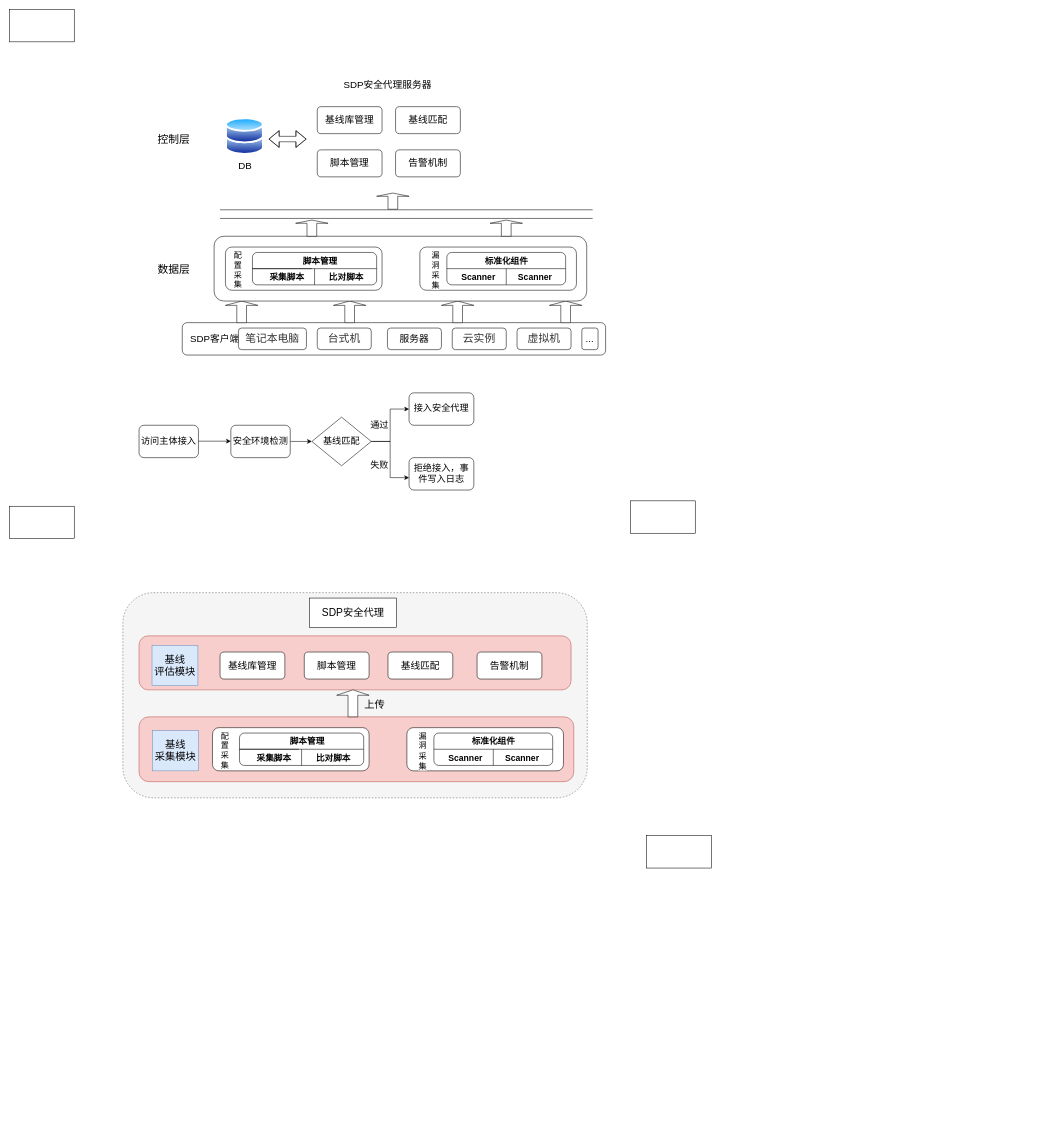
Above: testDirectory/安全基线.drawio in Moose1273/- (draw.io), before the change. Source tidied: cells renumbered, new cells numbered last; positions are measured from the earlier drawing's top-left corner, leaving out a move shared by most shapes. Both pictures are drawn from the tidied source at 54%, with x=0, y=0 at pixel (9, 9).
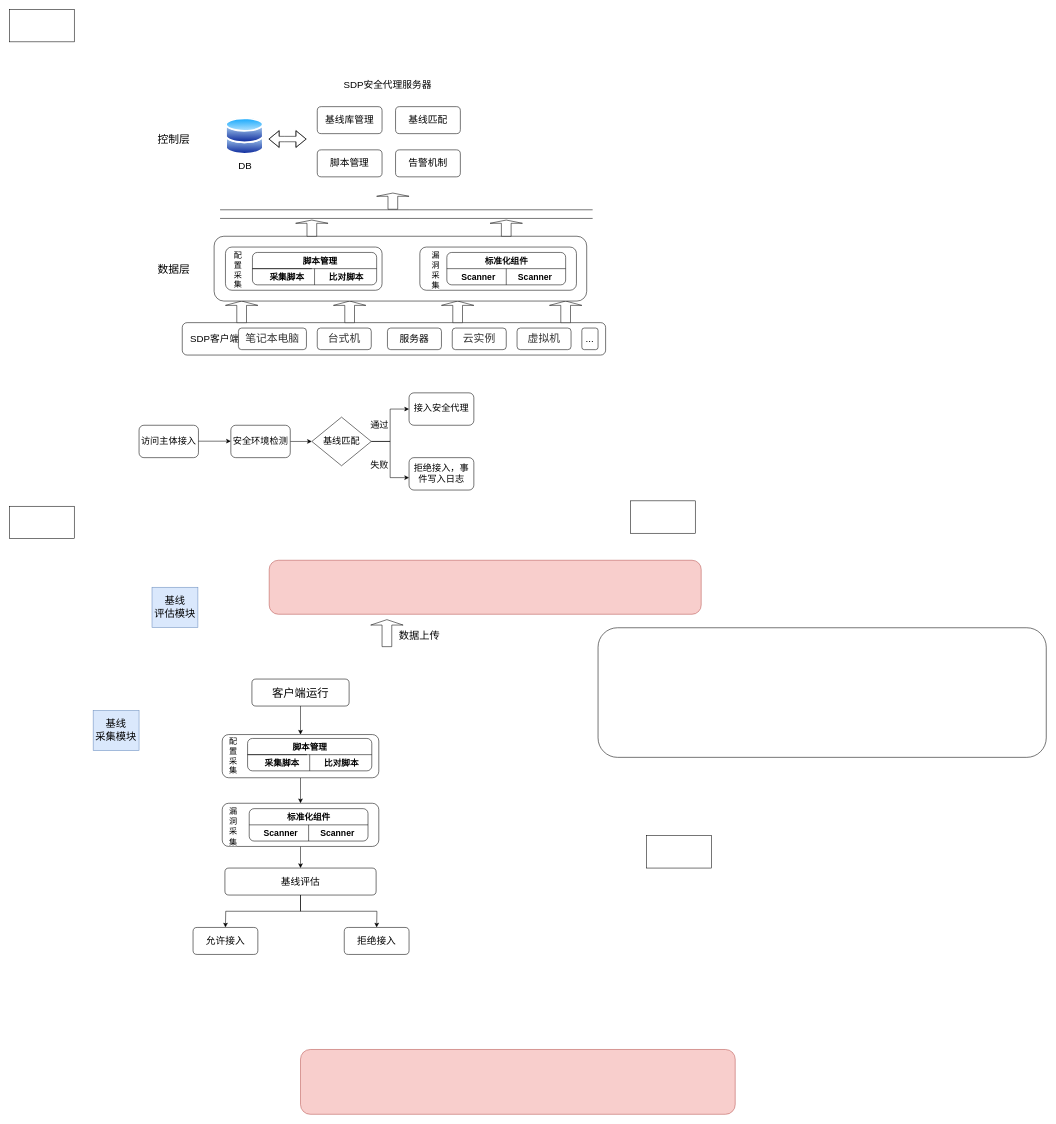
After the change.

Commit message:
更新安全基线.drawio

Change to the diagram source:
```diff
@@
-    <mxCell id="2" style="rounded=1;whiteSpace=wrap;html=1;dashed=1;fillColor=#f5f5f5;fontColor=#333333;strokeColor=#666666;" parent="1" vertex="1">
-      <mxGeometry x="210" y="1080" width="860" height="380" as="geometry" />
-    </mxCell>
     <mxCell id="3" style="rounded=1;whiteSpace=wrap;html=1;fontSize=20;fillColor=#f8cecc;strokeColor=#b85450;" parent="1" vertex="1">
-      <mxGeometry x="240" y="1310" width="805" height="120" as="geometry" />
+      <mxGeometry x="539" y="1926" width="805" height="120" as="geometry" />
     </mxCell>
@@
     <mxCell id="39" style="rounded=1;whiteSpace=wrap;html=1;labelBackgroundColor=#ffffff;fontSize=15;arcSize=17;fillColor=#f8cecc;strokeColor=#b85450;" parent="1" vertex="1">
-      <mxGeometry x="240" y="1160" width="800" height="100" as="geometry" />
+      <mxGeometry x="481" y="1020" width="800" height="100" as="geometry" />
     </mxCell>
@@
+    <mxCell id="90" style="edgeStyle=orthogonalEdgeStyle;rounded=0;jettySize=auto;html=1;exitX=0.5;exitY=1;exitDx=0;exitDy=0;entryX=0.5;entryY=0;entryDx=0;entryDy=0;" parent="1" edge="1" source="62" target="63">
+      <mxGeometry relative="1" as="geometry" />
+    </mxCell>
     <mxCell id="62" style="rounded=1;whiteSpace=wrap;html=1;fontSize=20;" parent="1" vertex="1">
-      <mxGeometry x="376" y="1330" width="290" height="80" as="geometry" />
+      <mxGeometry x="394" y="1342.8" width="290" height="80" as="geometry" />
     </mxCell>
+    <mxCell id="91" style="edgeStyle=orthogonalEdgeStyle;rounded=0;jettySize=auto;html=1;exitX=0.5;exitY=1;exitDx=0;exitDy=0;entryX=0.5;entryY=0;entryDx=0;entryDy=0;" parent="1" edge="1" source="63" target="83">
+      <mxGeometry relative="1" as="geometry" />
+    </mxCell>
     <mxCell id="63" style="rounded=1;whiteSpace=wrap;html=1;fontSize=20;" parent="1" vertex="1">
-      <mxGeometry x="736" y="1330" width="290" height="80" as="geometry" />
+      <mxGeometry x="394" y="1470" width="290" height="80" as="geometry" />
     </mxCell>
     <mxCell id="64" style="rounded=1;whiteSpace=wrap;html=1;fontSize=20;" parent="1" vertex="1">
-      <mxGeometry x="426" y="1340" width="230" height="60" as="geometry" />
+      <mxGeometry x="441" y="1350" width="230" height="60" as="geometry" />
     </mxCell>
     <mxCell id="65" style="endArrow=none;html=1;rounded=0;fontSize=20;" parent="1" edge="1" source="64">
       <mxGeometry relative="1" as="geometry">
-        <mxPoint x="536" y="1370" as="targetPoint" />
+        <mxPoint x="551" y="1380" as="targetPoint" />
       </mxGeometry>
     </mxCell>
     <mxCell id="66" value="&lt;font style=&quot;font-size: 16px;&quot;&gt;&lt;b style=&quot;font-size: 16px;&quot;&gt;脚本管理&lt;/b&gt;&lt;/font&gt;" style="text;html=1;align=center;verticalAlign=middle;strokeColor=none;fillColor=none;fontSize=16;labelBackgroundColor=#ffffff;" parent="1" vertex="1">
-      <mxGeometry x="506" y="1340" width="90" height="30" as="geometry" />
+      <mxGeometry x="511" y="1350" width="90" height="30" as="geometry" />
     </mxCell>
     <mxCell id="67" value="&lt;b style=&quot;border-color: var(--border-color); color: rgb(0, 0, 0); font-family: Helvetica; font-size: 16px; font-style: normal; font-variant-ligatures: normal; font-variant-caps: normal; letter-spacing: normal; orphans: 2; text-align: center; text-indent: 0px; text-transform: none; widows: 2; word-spacing: 0px; -webkit-text-stroke-width: 0px; background-color: rgb(255, 255, 255); text-decoration-thickness: initial; text-decoration-style: initial; text-decoration-color: initial;&quot;&gt;采集脚本&lt;/b&gt;" style="text;whiteSpace=wrap;html=1;fontSize=16;" parent="1" vertex="1">
-      <mxGeometry x="456" y="1370" width="70" height="40" as="geometry" />
+      <mxGeometry x="471" y="1380" width="70" height="30" as="geometry" />
     </mxCell>
     <mxCell id="68" value="&lt;b style=&quot;border-color: var(--border-color); color: rgb(0, 0, 0); font-family: Helvetica; font-size: 16px; font-style: normal; font-variant-ligatures: normal; font-variant-caps: normal; letter-spacing: normal; orphans: 2; text-align: center; text-indent: 0px; text-transform: none; widows: 2; word-spacing: 0px; -webkit-text-stroke-width: 0px; background-color: rgb(255, 255, 255); text-decoration-thickness: initial; text-decoration-style: initial; text-decoration-color: initial;&quot;&gt;比对脚本&lt;/b&gt;" style="text;whiteSpace=wrap;html=1;fontSize=16;" parent="1" vertex="1">
-      <mxGeometry x="566" y="1370" width="80" height="40" as="geometry" />
+      <mxGeometry x="581" y="1380" width="80" height="40" as="geometry" />
     </mxCell>
     <mxCell id="69" style="rounded=1;whiteSpace=wrap;html=1;fontSize=20;" parent="1" vertex="1">
-      <mxGeometry x="786" y="1340" width="220" height="60" as="geometry" />
+      <mxGeometry x="444" y="1480" width="220" height="60" as="geometry" />
     </mxCell>
     <mxCell id="70" value="&lt;div style=&quot;text-align: center; font-size: 15px;&quot;&gt;&lt;span style=&quot;background-color: initial;&quot;&gt;&lt;font style=&quot;font-size: 15px;&quot;&gt;漏洞&lt;/font&gt;&lt;/span&gt;&lt;/div&gt;&lt;span style=&quot;color: rgb(0, 0, 0); font-family: Helvetica; font-style: normal; font-variant-ligatures: normal; font-variant-caps: normal; font-weight: 400; letter-spacing: normal; orphans: 2; text-align: center; text-indent: 0px; text-transform: none; widows: 2; word-spacing: 0px; -webkit-text-stroke-width: 0px; background-color: rgb(251, 251, 251); text-decoration-thickness: initial; text-decoration-style: initial; text-decoration-color: initial; float: none; display: inline !important; font-size: 15px;&quot;&gt;&lt;font style=&quot;font-size: 15px;&quot;&gt;采集&lt;/font&gt;&lt;/span&gt;" style="text;whiteSpace=wrap;html=1;fontSize=16;" parent="1" vertex="1">
-      <mxGeometry x="756" y="1330" width="10" height="80" as="geometry" />
+      <mxGeometry x="405" y="1470" width="10" height="80" as="geometry" />
     </mxCell>
@@
     <mxCell id="72" value="&lt;div style=&quot;text-align: center; font-size: 15px;&quot;&gt;配置采集&lt;/div&gt;" style="text;whiteSpace=wrap;html=1;fontSize=16;" parent="1" vertex="1">
-      <mxGeometry x="390" y="1330" width="10" height="80" as="geometry" />
+      <mxGeometry x="405" y="1340" width="10" height="80" as="geometry" />
     </mxCell>
@@
     <mxCell id="74" style="endArrow=none;html=1;rounded=0;fontSize=15;entryX=0.5;entryY=1;entryDx=0;entryDy=0;" parent="1" edge="1" target="64">
       <mxGeometry relative="1" as="geometry">
-        <mxPoint x="541" y="1370" as="sourcePoint" />
+        <mxPoint x="556" y="1380" as="sourcePoint" />
       </mxGeometry>
     </mxCell>
     <mxCell id="75" style="endArrow=none;html=1;rounded=0;fontSize=15;entryX=0.5;entryY=1;entryDx=0;entryDy=0;" parent="1" edge="1" target="69">
       <mxGeometry relative="1" as="geometry">
-        <mxPoint x="896" y="1370" as="sourcePoint" />
+        <mxPoint x="554" y="1510" as="sourcePoint" />
       </mxGeometry>
     </mxCell>
     <mxCell id="76" value="&lt;font style=&quot;font-size: 16px;&quot;&gt;&lt;b style=&quot;font-size: 16px;&quot;&gt;标准化组件&lt;/b&gt;&lt;/font&gt;" style="text;html=1;align=center;verticalAlign=middle;strokeColor=none;fillColor=none;fontSize=16;labelBackgroundColor=#ffffff;" parent="1" vertex="1">
-      <mxGeometry x="846" y="1340" width="100" height="30" as="geometry" />
+      <mxGeometry x="504" y="1480" width="100" height="30" as="geometry" />
     </mxCell>
     <mxCell id="77" value="&lt;b style=&quot;border-color: var(--border-color); color: rgb(0, 0, 0); font-family: Helvetica; font-size: 16px; font-style: normal; font-variant-ligatures: normal; font-variant-caps: normal; letter-spacing: normal; orphans: 2; text-align: center; text-indent: 0px; text-transform: none; widows: 2; word-spacing: 0px; -webkit-text-stroke-width: 0px; background-color: rgb(255, 255, 255); text-decoration-thickness: initial; text-decoration-style: initial; text-decoration-color: initial;&quot;&gt;Scanner&lt;/b&gt;" style="text;whiteSpace=wrap;html=1;fontSize=16;" parent="1" vertex="1">
-      <mxGeometry x="916" y="1370" width="70" height="30" as="geometry" />
+      <mxGeometry x="574" y="1510" width="70" height="30" as="geometry" />
     </mxCell>
     <mxCell id="78" value="&lt;b style=&quot;border-color: var(--border-color); color: rgb(0, 0, 0); font-family: Helvetica; font-size: 16px; font-style: normal; font-variant-ligatures: normal; font-variant-caps: normal; letter-spacing: normal; orphans: 2; text-align: center; text-indent: 0px; text-transform: none; widows: 2; word-spacing: 0px; -webkit-text-stroke-width: 0px; background-color: rgb(255, 255, 255); text-decoration-thickness: initial; text-decoration-style: initial; text-decoration-color: initial;&quot;&gt;Scanner&lt;/b&gt;" style="text;whiteSpace=wrap;html=1;fontSize=16;" parent="1" vertex="1">
-      <mxGeometry x="811" y="1370" width="70" height="30" as="geometry" />
+      <mxGeometry x="469" y="1510" width="70" height="30" as="geometry" />
     </mxCell>
     <mxCell id="79" style="shape=singleArrow;direction=north;whiteSpace=wrap;html=1;fontSize=20;" parent="1" vertex="1">
-      <mxGeometry x="606" y="1260" width="60" height="50" as="geometry" />
+      <mxGeometry x="669" y="1130" width="60" height="50" as="geometry" />
     </mxCell>
-    <mxCell id="80" value="基线库管理" style="rounded=1;whiteSpace=wrap;html=1;labelBackgroundColor=#ffffff;fontSize=18;" parent="1" vertex="1">
-      <mxGeometry x="390" y="1190" width="120" height="50" as="geometry" />
-    </mxCell>
-    <mxCell id="81" value="基线匹配" style="rounded=1;whiteSpace=wrap;html=1;labelBackgroundColor=#ffffff;fontSize=18;" parent="1" vertex="1">
-      <mxGeometry x="701" y="1190" width="120" height="50" as="geometry" />
+    <mxCell id="81" value="允许接入" style="rounded=1;whiteSpace=wrap;html=1;labelBackgroundColor=#ffffff;fontSize=18;" parent="1" vertex="1">
+      <mxGeometry x="340" y="1700" width="120" height="50" as="geometry" />
     </mxCell>
-    <mxCell id="82" value="脚本管理" style="rounded=1;whiteSpace=wrap;html=1;labelBackgroundColor=#ffffff;fontSize=18;" parent="1" vertex="1">
-      <mxGeometry x="546" y="1190" width="120" height="50" as="geometry" />
-    </mxCell>
+    <mxCell id="92" style="edgeStyle=orthogonalEdgeStyle;rounded=0;jettySize=auto;html=1;exitX=0.5;exitY=1;exitDx=0;exitDy=0;" parent="1" edge="1" source="83">
+      <mxGeometry relative="1" as="geometry">
+        <mxPoint x="400" y="1700" as="targetPoint" />
+      </mxGeometry>
+    </mxCell>
+    <mxCell id="93" style="edgeStyle=orthogonalEdgeStyle;rounded=0;jettySize=auto;html=1;exitX=0.5;exitY=1;exitDx=0;exitDy=0;" parent="1" edge="1" source="83">
+      <mxGeometry relative="1" as="geometry">
+        <mxPoint x="680" y="1700" as="targetPoint" />
+      </mxGeometry>
+    </mxCell>
-    <mxCell id="83" value="告警机制" style="rounded=1;whiteSpace=wrap;html=1;labelBackgroundColor=#ffffff;fontSize=18;" parent="1" vertex="1">
-      <mxGeometry x="866" y="1190" width="120" height="50" as="geometry" />
+    <mxCell id="83" value="基线评估" style="rounded=1;whiteSpace=wrap;html=1;labelBackgroundColor=#ffffff;fontSize=18;" parent="1" vertex="1">
+      <mxGeometry x="399" y="1590" width="280" height="50" as="geometry" />
     </mxCell>
     <mxCell id="84" value="&lt;font style=&quot;font-size: 19px;&quot;&gt;基线&lt;br&gt;采集模块&lt;/font&gt;" style="rounded=0;whiteSpace=wrap;html=1;fillColor=#dae8fc;strokeColor=#6c8ebf;" parent="1" vertex="1">
-      <mxGeometry x="265" y="1335.5" width="85" height="74.5" as="geometry" />
+      <mxGeometry x="155" y="1298.2" width="85" height="74.5" as="geometry" />
     </mxCell>
-    <mxCell id="85" value="上传" style="text;html=1;align=center;verticalAlign=middle;strokeColor=none;fillColor=none;fontSize=19;" parent="1" vertex="1">
-      <mxGeometry x="646" y="1269" width="60" height="40" as="geometry" />
+    <mxCell id="85" value="数据上传" style="text;html=1;align=center;verticalAlign=middle;strokeColor=none;fillColor=none;fontSize=19;" parent="1" vertex="1">
+      <mxGeometry x="709" y="1140" width="100" height="40" as="geometry" />
     </mxCell>
@@
     <mxCell id="88" value="&lt;font style=&quot;font-size: 19px;&quot;&gt;基线&lt;br&gt;评估模块&lt;/font&gt;" style="rounded=0;whiteSpace=wrap;html=1;fillColor=#dae8fc;strokeColor=#6c8ebf;" parent="1" vertex="1">
-      <mxGeometry x="264" y="1177.8" width="85" height="74.5" as="geometry" />
+      <mxGeometry x="264" y="1070" width="85" height="74.5" as="geometry" />
     </mxCell>
-    <mxCell id="89" value="&lt;span style=&quot;font-size: 19px;&quot;&gt;SDP安全代理&lt;/span&gt;" style="rounded=0;whiteSpace=wrap;html=1;" parent="1" vertex="1">
-      <mxGeometry x="555.5" y="1090" width="161" height="54.5" as="geometry" />
-    </mxCell>
+    <mxCell id="94" style="edgeStyle=orthogonalEdgeStyle;rounded=0;jettySize=auto;html=1;exitX=0.5;exitY=1;exitDx=0;exitDy=0;entryX=0.5;entryY=0;entryDx=0;entryDy=0;" parent="1" edge="1" source="95" target="62">
+      <mxGeometry relative="1" as="geometry" />
+    </mxCell>
+    <mxCell id="95" value="&lt;font style=&quot;font-size: 21px;&quot;&gt;客户端运行&lt;/font&gt;" style="rounded=1;whiteSpace=wrap;html=1;" parent="1" vertex="1">
+      <mxGeometry x="449" y="1240" width="180" height="50" as="geometry" />
+    </mxCell>
+    <mxCell id="96" style="rounded=1;whiteSpace=wrap;html=1;" parent="1" vertex="1">
+      <mxGeometry x="1090" y="1145" width="830" height="240" as="geometry" />
+    </mxCell>
+    <mxCell id="97" value="拒绝接入" style="rounded=1;whiteSpace=wrap;html=1;labelBackgroundColor=#ffffff;fontSize=18;" parent="1" vertex="1">
+      <mxGeometry x="620" y="1700" width="120" height="50" as="geometry" />
+    </mxCell>
```
